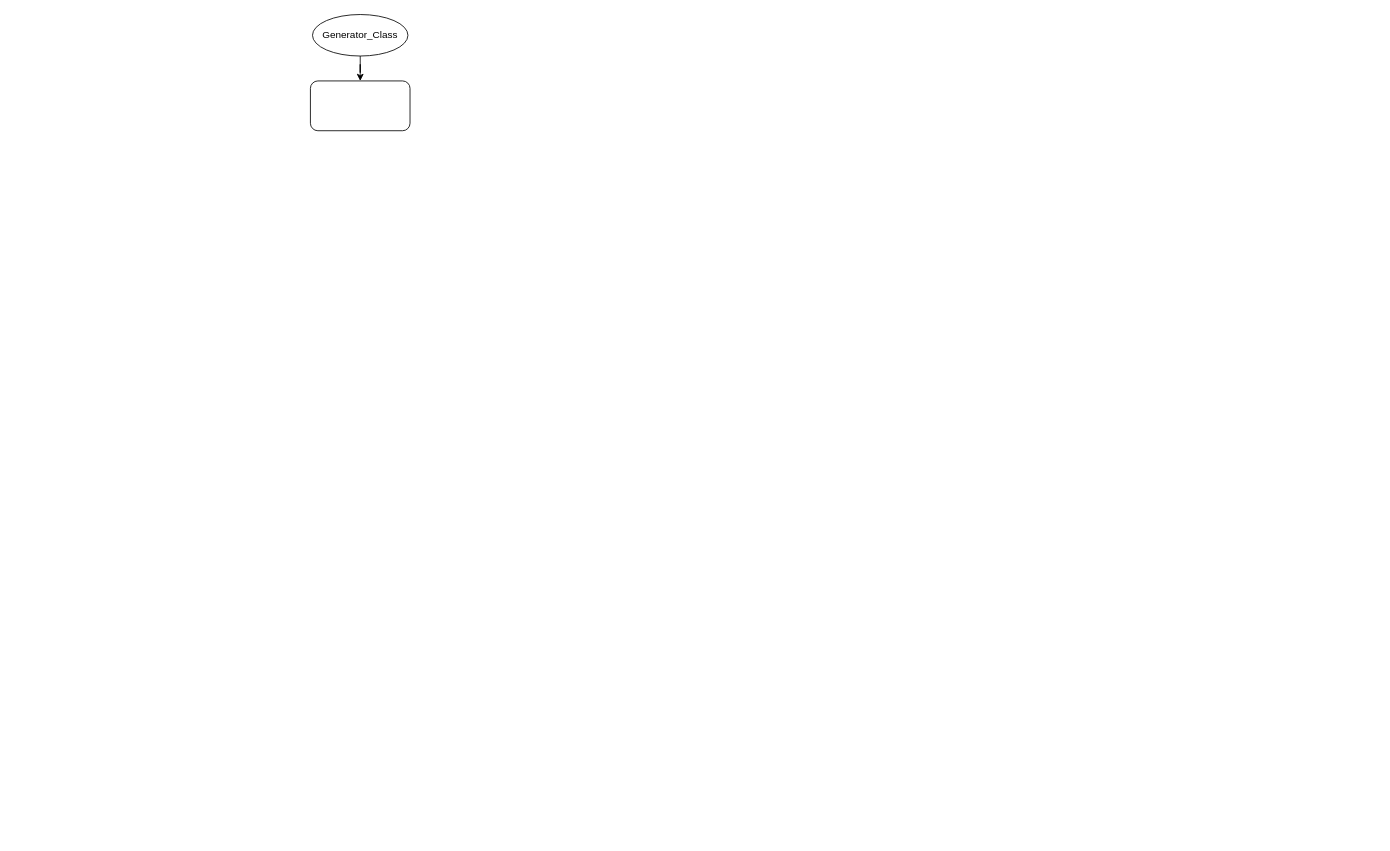
The draw.io diagram Untitled Diagram.drawio in MangkhaletSuad/MangkhaletSuad, before the edit. Source tidied: cells renumbered, new cells numbered last; positions are measured from the earlier drawing's top-left corner, leaving out a move shared by most shapes. Both pictures are drawn from the tidied source at 83%, with x=0, y=0 at pixel (310, 14).
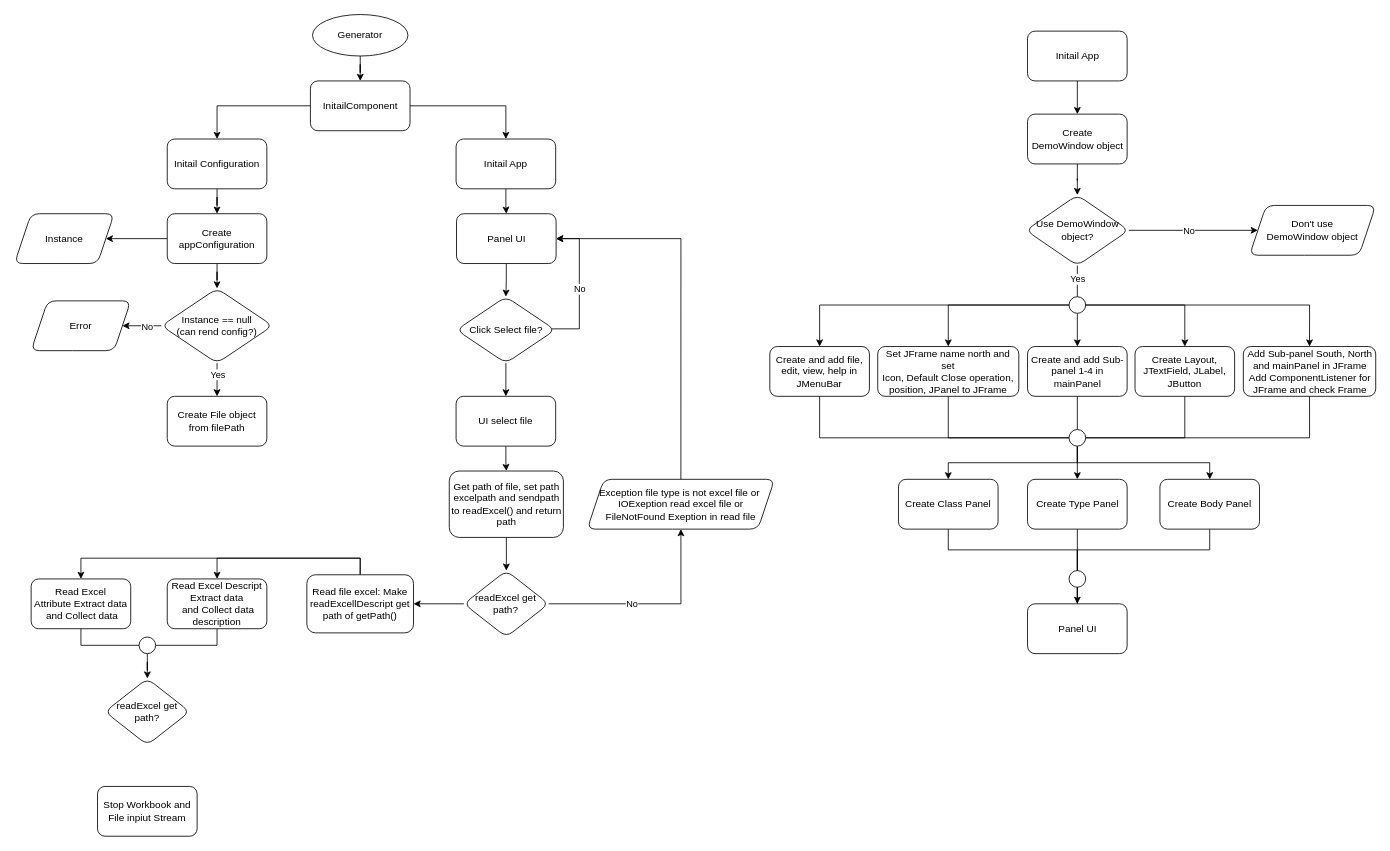
The same page after the edit.

The edit, as a diff of the source:
```diff
@@
+    <mxCell id="5" style="edgeStyle=orthogonalEdgeStyle;rounded=0;jettySize=auto;html=1;" parent="1" edge="1" source="2" target="8">
+      <mxGeometry relative="1" as="geometry" />
+    </mxCell>
+    <mxCell id="6" style="edgeStyle=orthogonalEdgeStyle;rounded=0;jettySize=auto;html=1;" parent="1" edge="1" source="2" target="10">
+      <mxGeometry relative="1" as="geometry" />
+    </mxCell>
-    <mxCell id="2" style="rounded=1;whiteSpace=wrap;html=1;" parent="1" vertex="1">
+    <mxCell id="2" value="InitailComponent" style="rounded=1;whiteSpace=wrap;html=1;" parent="1" vertex="1">
       <mxGeometry x="0.5" y="80" width="120" height="60" as="geometry" />
     </mxCell>
@@
-    <mxCell id="4" value="Generator_Class" style="ellipse;whiteSpace=wrap;html=1;" parent="1" vertex="1">
+    <mxCell id="4" value="Generator" style="ellipse;whiteSpace=wrap;html=1;" parent="1" vertex="1">
       <mxGeometry x="3" width="115" height="50" as="geometry" />
     </mxCell>
+    <mxCell id="7" style="edgeStyle=orthogonalEdgeStyle;rounded=0;jettySize=auto;html=1;" parent="1" edge="1" source="8" target="33">
+      <mxGeometry relative="1" as="geometry" />
+    </mxCell>
+    <mxCell id="8" value="Initail App" style="rounded=1;whiteSpace=wrap;html=1;" parent="1" vertex="1">
+      <mxGeometry x="176" y="150" width="120" height="60" as="geometry" />
+    </mxCell>
+    <mxCell id="9" style="edgeStyle=orthogonalEdgeStyle;rounded=0;jettySize=auto;html=1;" parent="1" edge="1" source="10" target="13">
+      <mxGeometry relative="1" as="geometry" />
+    </mxCell>
+    <mxCell id="10" value="Initail Configuration" style="rounded=1;whiteSpace=wrap;html=1;" parent="1" vertex="1">
+      <mxGeometry x="-172" y="150" width="120" height="60" as="geometry" />
+    </mxCell>
+    <mxCell id="11" style="edgeStyle=orthogonalEdgeStyle;rounded=0;jettySize=auto;html=1;" parent="1" edge="1" source="13" target="21">
+      <mxGeometry relative="1" as="geometry" />
+    </mxCell>
+    <mxCell id="12" style="edgeStyle=orthogonalEdgeStyle;rounded=0;jettySize=auto;html=1;" parent="1" edge="1" source="13" target="18">
+      <mxGeometry relative="1" as="geometry" />
+    </mxCell>
+    <mxCell id="13" value="Create&lt;br&gt;appConfiguration" style="rounded=1;whiteSpace=wrap;html=1;" parent="1" vertex="1">
+      <mxGeometry x="-172" y="240" width="120" height="60" as="geometry" />
+    </mxCell>
+    <mxCell id="14" style="edgeStyle=orthogonalEdgeStyle;rounded=0;jettySize=auto;html=1;" parent="1" edge="1" source="18" target="19">
+      <mxGeometry relative="1" as="geometry" />
+    </mxCell>
+    <mxCell id="15" value="Yes" style="edgeLabel;html=1;align=center;verticalAlign=middle;" parent="14" vertex="1">
+      <mxGeometry x="-0.03" y="-1" relative="1" as="geometry">
+        <mxPoint x="1" y="-6" as="offset" />
+      </mxGeometry>
+    </mxCell>
+    <mxCell id="16" style="edgeStyle=orthogonalEdgeStyle;rounded=0;jettySize=auto;html=1;" parent="1" edge="1" source="18" target="20">
+      <mxGeometry relative="1" as="geometry" />
+    </mxCell>
+    <mxCell id="17" value="No" style="edgeLabel;html=1;align=center;verticalAlign=middle;" parent="16" vertex="1">
+      <mxGeometry x="-0.08" y="1" relative="1" as="geometry" />
+    </mxCell>
+    <mxCell id="18" value="Instance == null&lt;br&gt;(can rend config?)" style="rhombus;whiteSpace=wrap;html=1;rounded=1;" parent="1" vertex="1">
+      <mxGeometry x="-179" y="330" width="134" height="90" as="geometry" />
+    </mxCell>
+    <mxCell id="19" value="Create File object from filePath" style="whiteSpace=wrap;html=1;rounded=1;" parent="1" vertex="1">
+      <mxGeometry x="-172" y="460" width="120" height="60" as="geometry" />
+    </mxCell>
+    <mxCell id="20" value="Error" style="shape=parallelogram;perimeter=parallelogramPerimeter;whiteSpace=wrap;html=1;fixedSize=1;rounded=1;" parent="1" vertex="1">
+      <mxGeometry x="-336" y="345" width="120" height="60" as="geometry" />
+    </mxCell>
+    <mxCell id="21" value="Instance" style="shape=parallelogram;perimeter=parallelogramPerimeter;whiteSpace=wrap;html=1;fixedSize=1;rounded=1;" parent="1" vertex="1">
+      <mxGeometry x="-356" y="240" width="120" height="60" as="geometry" />
+    </mxCell>
+    <mxCell id="22" style="edgeStyle=orthogonalEdgeStyle;rounded=0;jettySize=auto;html=1;" parent="1" edge="1" source="23" target="26">
+      <mxGeometry relative="1" as="geometry" />
+    </mxCell>
+    <mxCell id="23" value="Create&lt;br&gt;DemoWindow object" style="rounded=1;whiteSpace=wrap;html=1;" parent="1" vertex="1">
+      <mxGeometry x="864.5" y="120" width="120" height="60" as="geometry" />
+    </mxCell>
+    <mxCell id="24" style="edgeStyle=orthogonalEdgeStyle;rounded=0;jettySize=auto;html=1;" parent="1" edge="1" source="26" target="27">
+      <mxGeometry relative="1" as="geometry" />
+    </mxCell>
+    <mxCell id="25" value="No" style="edgeLabel;html=1;align=center;verticalAlign=middle;" parent="24" vertex="1">
+      <mxGeometry x="-0.08" relative="1" as="geometry" />
+    </mxCell>
+    <mxCell id="26" value="Use DemoWindow object?" style="rhombus;whiteSpace=wrap;html=1;rounded=1;" parent="1" vertex="1">
+      <mxGeometry x="862.5" y="217.5" width="124" height="85" as="geometry" />
+    </mxCell>
+    <mxCell id="27" value="Don't use &lt;br&gt;DemoWindow object" style="shape=parallelogram;perimeter=parallelogramPerimeter;whiteSpace=wrap;html=1;fixedSize=1;rounded=1;" parent="1" vertex="1">
+      <mxGeometry x="1132" y="230" width="152" height="60" as="geometry" />
+    </mxCell>
+    <mxCell id="28" style="edgeStyle=orthogonalEdgeStyle;rounded=0;jettySize=auto;html=1;exitX=0.5;exitY=1;exitDx=0;exitDy=0;entryX=0;entryY=0.5;entryDx=0;entryDy=0;endArrow=none;endFill=0;" parent="1" edge="1" source="29" target="51">
+      <mxGeometry relative="1" as="geometry" />
+    </mxCell>
+    <mxCell id="29" value="Create and add file, edit, view, help in JMenuBar" style="rounded=1;whiteSpace=wrap;html=1;" parent="1" vertex="1">
+      <mxGeometry x="554" y="400" width="120" height="60" as="geometry" />
+    </mxCell>
+    <mxCell id="30" style="edgeStyle=orthogonalEdgeStyle;rounded=0;jettySize=auto;html=1;entryX=0;entryY=0.5;entryDx=0;entryDy=0;endArrow=none;endFill=0;" parent="1" edge="1" source="31" target="51">
+      <mxGeometry relative="1" as="geometry">
+        <Array as="points">
+          <mxPoint x="769" y="510" />
+        </Array>
+      </mxGeometry>
+    </mxCell>
+    <mxCell id="31" value="Set JFrame name north and set &lt;br&gt;Icon, Default Close operation, position, JPanel to JFrame" style="whiteSpace=wrap;html=1;rounded=1;align=center;" parent="1" vertex="1">
+      <mxGeometry x="684" y="400" width="170" height="60" as="geometry" />
+    </mxCell>
+    <mxCell id="32" style="edgeStyle=orthogonalEdgeStyle;rounded=0;jettySize=auto;html=1;" parent="1" edge="1" source="33" target="55">
+      <mxGeometry relative="1" as="geometry" />
+    </mxCell>
+    <mxCell id="33" value="Panel UI" style="rounded=1;whiteSpace=wrap;html=1;" parent="1" vertex="1">
+      <mxGeometry x="176.5" y="240" width="120" height="60" as="geometry" />
+    </mxCell>
+    <mxCell id="34" style="edgeStyle=orthogonalEdgeStyle;rounded=0;jettySize=auto;html=1;endArrow=none;endFill=0;" parent="1" edge="1" source="26" target="41">
+      <mxGeometry relative="1" as="geometry">
+        <Array as="points">
+          <mxPoint x="925" y="350" />
+        </Array>
+      </mxGeometry>
+    </mxCell>
+    <mxCell id="35" value="Yes" style="edgeLabel;html=1;align=center;verticalAlign=middle;" parent="34" vertex="1">
+      <mxGeometry x="-0.34" relative="1" as="geometry">
+        <mxPoint y="4" as="offset" />
+      </mxGeometry>
+    </mxCell>
+    <mxCell id="36" style="edgeStyle=orthogonalEdgeStyle;rounded=0;jettySize=auto;html=1;exitX=0;exitY=0.5;exitDx=0;exitDy=0;entryX=0.5;entryY=0;entryDx=0;entryDy=0;" parent="1" edge="1" source="41" target="29">
+      <mxGeometry relative="1" as="geometry" />
+    </mxCell>
+    <mxCell id="37" style="edgeStyle=orthogonalEdgeStyle;rounded=0;jettySize=auto;html=1;exitX=0;exitY=0.5;exitDx=0;exitDy=0;entryX=0.5;entryY=0;entryDx=0;entryDy=0;" parent="1" edge="1" source="41" target="31">
+      <mxGeometry relative="1" as="geometry" />
+    </mxCell>
+    <mxCell id="38" style="edgeStyle=orthogonalEdgeStyle;rounded=0;jettySize=auto;html=1;" parent="1" edge="1" source="41" target="43">
+      <mxGeometry relative="1" as="geometry" />
+    </mxCell>
+    <mxCell id="39" style="edgeStyle=orthogonalEdgeStyle;rounded=0;jettySize=auto;html=1;" parent="1" edge="1" source="41" target="45">
+      <mxGeometry relative="1" as="geometry" />
+    </mxCell>
+    <mxCell id="40" style="edgeStyle=orthogonalEdgeStyle;rounded=0;jettySize=auto;html=1;exitX=1;exitY=0.5;exitDx=0;exitDy=0;entryX=0.5;entryY=0;entryDx=0;entryDy=0;" parent="1" edge="1" source="41" target="47">
+      <mxGeometry relative="1" as="geometry" />
+    </mxCell>
+    <mxCell id="41" style="ellipse;whiteSpace=wrap;html=1;" parent="1" vertex="1">
+      <mxGeometry x="914.5" y="340" width="20" height="20" as="geometry" />
+    </mxCell>
+    <mxCell id="42" style="edgeStyle=orthogonalEdgeStyle;rounded=0;jettySize=auto;html=1;endArrow=none;endFill=0;" parent="1" edge="1" source="43" target="51">
+      <mxGeometry relative="1" as="geometry" />
+    </mxCell>
+    <mxCell id="43" value="Create and add Sub-panel 1-4 in mainPanel" style="rounded=1;whiteSpace=wrap;html=1;" parent="1" vertex="1">
+      <mxGeometry x="864.5" y="400" width="120" height="60" as="geometry" />
+    </mxCell>
+    <mxCell id="44" style="edgeStyle=orthogonalEdgeStyle;rounded=0;jettySize=auto;html=1;exitX=0.5;exitY=1;exitDx=0;exitDy=0;entryX=1;entryY=0.5;entryDx=0;entryDy=0;endArrow=none;endFill=0;" parent="1" edge="1" source="45" target="51">
+      <mxGeometry relative="1" as="geometry" />
+    </mxCell>
+    <mxCell id="45" value="Create Layout, JTextField, JLabel, JButton" style="rounded=1;whiteSpace=wrap;html=1;" parent="1" vertex="1">
+      <mxGeometry x="994" y="400" width="120" height="60" as="geometry" />
+    </mxCell>
+    <mxCell id="46" style="edgeStyle=orthogonalEdgeStyle;rounded=0;jettySize=auto;html=1;exitX=0.5;exitY=1;exitDx=0;exitDy=0;entryX=1;entryY=0.5;entryDx=0;entryDy=0;endArrow=none;endFill=0;" parent="1" edge="1" source="47" target="51">
+      <mxGeometry relative="1" as="geometry" />
+    </mxCell>
+    <mxCell id="47" value="Add Sub-panel South, North and mainPanel in JFrame&lt;br&gt;Add ComponentListener for JFrame and check Frame" style="rounded=1;whiteSpace=wrap;html=1;" parent="1" vertex="1">
+      <mxGeometry x="1124.5" y="400" width="159.5" height="60" as="geometry" />
+    </mxCell>
+    <mxCell id="48" style="edgeStyle=orthogonalEdgeStyle;rounded=0;jettySize=auto;html=1;exitX=0.5;exitY=1;exitDx=0;exitDy=0;entryX=0.5;entryY=0;entryDx=0;entryDy=0;" parent="1" edge="1" source="51" target="63">
+      <mxGeometry relative="1" as="geometry" />
+    </mxCell>
+    <mxCell id="49" style="edgeStyle=orthogonalEdgeStyle;rounded=0;jettySize=auto;html=1;exitX=0.5;exitY=1;exitDx=0;exitDy=0;entryX=0.5;entryY=0;entryDx=0;entryDy=0;" parent="1" edge="1" source="51" target="65">
+      <mxGeometry relative="1" as="geometry" />
+    </mxCell>
+    <mxCell id="50" style="edgeStyle=orthogonalEdgeStyle;rounded=0;jettySize=auto;html=1;exitX=0.5;exitY=1;exitDx=0;exitDy=0;entryX=0.5;entryY=0;entryDx=0;entryDy=0;" parent="1" edge="1" source="51" target="67">
+      <mxGeometry relative="1" as="geometry" />
+    </mxCell>
+    <mxCell id="51" style="ellipse;whiteSpace=wrap;html=1;" parent="1" vertex="1">
+      <mxGeometry x="914.5" y="500" width="20" height="20" as="geometry" />
+    </mxCell>
+    <mxCell id="52" style="edgeStyle=orthogonalEdgeStyle;rounded=0;jettySize=auto;html=1;entryX=1;entryY=0.5;entryDx=0;entryDy=0;exitX=0.963;exitY=0.484;exitDx=0;exitDy=0;exitPerimeter=0;" parent="1" edge="1" source="55" target="33">
+      <mxGeometry relative="1" as="geometry">
+        <Array as="points">
+          <mxPoint x="324.5" y="379" />
+          <mxPoint x="324.5" y="270" />
+        </Array>
+      </mxGeometry>
+    </mxCell>
+    <mxCell id="53" value="No" style="edgeLabel;html=1;align=center;verticalAlign=middle;" parent="52" vertex="1">
+      <mxGeometry x="-0.08" relative="1" as="geometry">
+        <mxPoint y="-4" as="offset" />
+      </mxGeometry>
+    </mxCell>
+    <mxCell id="54" style="edgeStyle=orthogonalEdgeStyle;rounded=0;jettySize=auto;html=1;" parent="1" edge="1" source="55" target="57">
+      <mxGeometry relative="1" as="geometry" />
+    </mxCell>
+    <mxCell id="55" value="Click Select file?" style="rhombus;whiteSpace=wrap;html=1;rounded=1;" parent="1" vertex="1">
+      <mxGeometry x="176.5" y="340" width="119" height="80" as="geometry" />
+    </mxCell>
+    <mxCell id="56" style="edgeStyle=orthogonalEdgeStyle;rounded=0;jettySize=auto;html=1;entryX=0.5;entryY=0;entryDx=0;entryDy=0;" parent="1" edge="1" source="57" target="71">
+      <mxGeometry relative="1" as="geometry" />
+    </mxCell>
+    <mxCell id="57" value="UI select file" style="whiteSpace=wrap;html=1;rounded=1;" parent="1" vertex="1">
+      <mxGeometry x="176" y="460" width="120" height="60" as="geometry" />
+    </mxCell>
+    <mxCell id="58" style="edgeStyle=orthogonalEdgeStyle;rounded=0;jettySize=auto;html=1;" parent="1" edge="1" source="61" target="73">
+      <mxGeometry relative="1" as="geometry" />
+    </mxCell>
+    <mxCell id="59" value="No" style="edgeLabel;html=1;align=center;verticalAlign=middle;" parent="58" vertex="1">
+      <mxGeometry x="-0.2" y="1" relative="1" as="geometry" />
+    </mxCell>
+    <mxCell id="60" style="edgeStyle=orthogonalEdgeStyle;rounded=0;jettySize=auto;html=1;" parent="1" edge="1" source="61" target="79">
+      <mxGeometry relative="1" as="geometry" />
+    </mxCell>
+    <mxCell id="61" value="readExcel get path?" style="rhombus;whiteSpace=wrap;html=1;rounded=1;" parent="1" vertex="1">
+      <mxGeometry x="185.4" y="670" width="102.2" height="80" as="geometry" />
+    </mxCell>
+    <mxCell id="62" style="edgeStyle=orthogonalEdgeStyle;rounded=0;jettySize=auto;html=1;exitX=0.5;exitY=1;exitDx=0;exitDy=0;endArrow=none;endFill=0;" parent="1" edge="1" source="63" target="69">
+      <mxGeometry relative="1" as="geometry" />
+    </mxCell>
+    <mxCell id="63" value="Create Class Panel" style="rounded=1;whiteSpace=wrap;html=1;" parent="1" vertex="1">
+      <mxGeometry x="709" y="560" width="120" height="60" as="geometry" />
+    </mxCell>
+    <mxCell id="64" style="edgeStyle=orthogonalEdgeStyle;rounded=0;jettySize=auto;html=1;exitX=0.5;exitY=1;exitDx=0;exitDy=0;entryX=0.5;entryY=0;entryDx=0;entryDy=0;endArrow=none;endFill=0;" parent="1" edge="1" source="65" target="69">
+      <mxGeometry relative="1" as="geometry" />
+    </mxCell>
+    <mxCell id="65" value="Create Type Panel" style="rounded=1;whiteSpace=wrap;html=1;" parent="1" vertex="1">
+      <mxGeometry x="864.5" y="560" width="120" height="60" as="geometry" />
+    </mxCell>
+    <mxCell id="66" style="edgeStyle=orthogonalEdgeStyle;rounded=0;jettySize=auto;html=1;exitX=0.5;exitY=1;exitDx=0;exitDy=0;entryX=0.5;entryY=0;entryDx=0;entryDy=0;endArrow=none;endFill=0;" parent="1" edge="1" source="67" target="69">
+      <mxGeometry relative="1" as="geometry" />
+    </mxCell>
+    <mxCell id="67" value="Create Body Panel" style="rounded=1;whiteSpace=wrap;html=1;" parent="1" vertex="1">
+      <mxGeometry x="1024" y="560" width="120" height="60" as="geometry" />
+    </mxCell>
+    <mxCell id="68" style="edgeStyle=orthogonalEdgeStyle;rounded=0;jettySize=auto;html=1;" parent="1" edge="1" source="69" target="76">
+      <mxGeometry relative="1" as="geometry" />
+    </mxCell>
+    <mxCell id="69" style="ellipse;whiteSpace=wrap;html=1;" parent="1" vertex="1">
+      <mxGeometry x="914.5" y="670" width="20" height="20" as="geometry" />
+    </mxCell>
+    <mxCell id="70" style="edgeStyle=orthogonalEdgeStyle;rounded=0;jettySize=auto;html=1;exitX=0.5;exitY=1;exitDx=0;exitDy=0;entryX=0.5;entryY=0;entryDx=0;entryDy=0;" parent="1" edge="1" source="71" target="61">
+      <mxGeometry relative="1" as="geometry" />
+    </mxCell>
+    <mxCell id="71" value="Get path of file, set path excelpath and sendpath to readExcel() and return path" style="rounded=1;whiteSpace=wrap;html=1;" parent="1" vertex="1">
+      <mxGeometry x="167.8" y="550" width="137.5" height="80" as="geometry" />
+    </mxCell>
+    <mxCell id="72" style="edgeStyle=orthogonalEdgeStyle;rounded=0;jettySize=auto;html=1;exitX=0.5;exitY=0;exitDx=0;exitDy=0;entryX=1;entryY=0.5;entryDx=0;entryDy=0;" parent="1" edge="1" source="73" target="33">
+      <mxGeometry relative="1" as="geometry" />
+    </mxCell>
+    <mxCell id="73" value="Exception file type is not excel file or&amp;nbsp;&lt;br&gt;IOExeption read excel file or&lt;br&gt;FileNotFound Exeption in read file" style="shape=parallelogram;perimeter=parallelogramPerimeter;whiteSpace=wrap;html=1;fixedSize=1;rounded=1;" parent="1" vertex="1">
+      <mxGeometry x="334" y="560" width="225.7" height="60" as="geometry" />
+    </mxCell>
+    <mxCell id="74" style="edgeStyle=orthogonalEdgeStyle;rounded=0;jettySize=auto;html=1;" parent="1" edge="1" source="75" target="23">
+      <mxGeometry relative="1" as="geometry" />
+    </mxCell>
+    <mxCell id="75" value="Initail App" style="rounded=1;whiteSpace=wrap;html=1;" parent="1" vertex="1">
+      <mxGeometry x="864.5" y="20" width="120" height="60" as="geometry" />
+    </mxCell>
+    <mxCell id="76" value="Panel UI" style="rounded=1;whiteSpace=wrap;html=1;" parent="1" vertex="1">
+      <mxGeometry x="864.5" y="710" width="120" height="60" as="geometry" />
+    </mxCell>
+    <mxCell id="77" style="edgeStyle=orthogonalEdgeStyle;rounded=0;jettySize=auto;html=1;exitX=0.5;exitY=0;exitDx=0;exitDy=0;entryX=0.5;entryY=0;entryDx=0;entryDy=0;" parent="1" edge="1" source="79" target="83">
+      <mxGeometry relative="1" as="geometry" />
+    </mxCell>
+    <mxCell id="78" style="edgeStyle=orthogonalEdgeStyle;rounded=0;jettySize=auto;html=1;exitX=0.5;exitY=0;exitDx=0;exitDy=0;entryX=0.5;entryY=0;entryDx=0;entryDy=0;" parent="1" edge="1" source="79" target="81">
+      <mxGeometry relative="1" as="geometry" />
+    </mxCell>
+    <mxCell id="79" value="Read file excel: Make readExcellDescript get path of getPath()" style="whiteSpace=wrap;html=1;rounded=1;" parent="1" vertex="1">
+      <mxGeometry x="-3.8" y="675" width="128.5" height="70" as="geometry" />
+    </mxCell>
+    <mxCell id="80" style="edgeStyle=orthogonalEdgeStyle;rounded=0;jettySize=auto;html=1;exitX=0.5;exitY=1;exitDx=0;exitDy=0;entryX=1;entryY=0.5;entryDx=0;entryDy=0;endArrow=none;endFill=0;" parent="1" edge="1" source="81" target="85">
+      <mxGeometry relative="1" as="geometry" />
+    </mxCell>
+    <mxCell id="81" value="Read Excel Descript Extract data&lt;br&gt;&amp;nbsp;and Collect data description" style="whiteSpace=wrap;html=1;rounded=1;" parent="1" vertex="1">
+      <mxGeometry x="-172" y="680" width="120" height="60" as="geometry" />
+    </mxCell>
+    <mxCell id="82" style="edgeStyle=orthogonalEdgeStyle;rounded=0;jettySize=auto;html=1;exitX=0.5;exitY=1;exitDx=0;exitDy=0;entryX=0;entryY=0.5;entryDx=0;entryDy=0;endArrow=none;endFill=0;" parent="1" edge="1" source="83" target="85">
+      <mxGeometry relative="1" as="geometry" />
+    </mxCell>
+    <mxCell id="83" value="Read Excel Attribute&amp;nbsp;Extract data&lt;br&gt;&amp;nbsp;and Collect data" style="whiteSpace=wrap;html=1;rounded=1;" parent="1" vertex="1">
+      <mxGeometry x="-336" y="680" width="120" height="60" as="geometry" />
+    </mxCell>
+    <mxCell id="84" style="edgeStyle=orthogonalEdgeStyle;rounded=0;jettySize=auto;html=1;endArrow=classic;endFill=1;" parent="1" edge="1" source="85" target="87">
+      <mxGeometry relative="1" as="geometry" />
+    </mxCell>
+    <mxCell id="85" style="ellipse;whiteSpace=wrap;html=1;" parent="1" vertex="1">
+      <mxGeometry x="-206" y="750" width="20" height="20" as="geometry" />
+    </mxCell>
+    <mxCell id="86" value="Stop Workbook and File inpiut Stream" style="rounded=1;whiteSpace=wrap;html=1;" parent="1" vertex="1">
+      <mxGeometry x="-256" y="930" width="120" height="60" as="geometry" />
+    </mxCell>
+    <mxCell id="87" value="readExcel get path?" style="rhombus;whiteSpace=wrap;html=1;rounded=1;" parent="1" vertex="1">
+      <mxGeometry x="-247.1" y="800" width="102.2" height="80" as="geometry" />
+    </mxCell>
```
